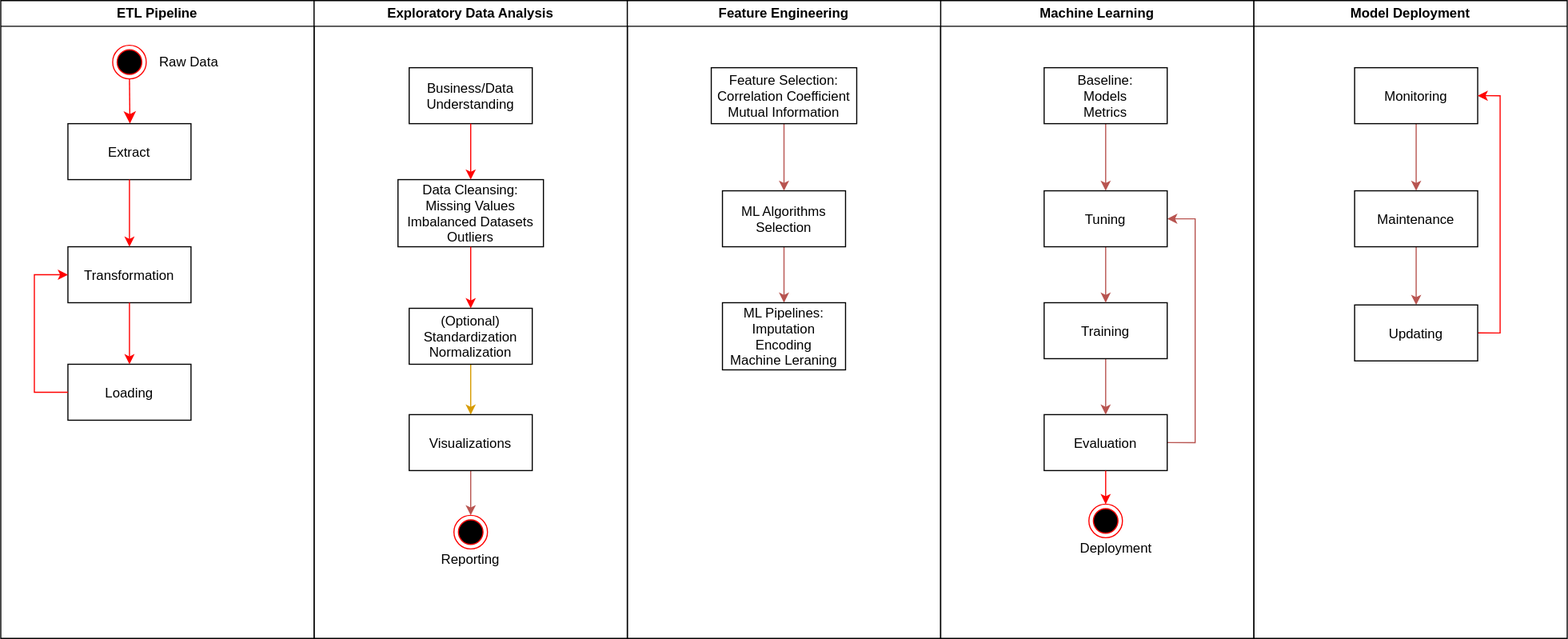
The draw.io diagram general_machine_learning.svg in ZacksAmber/Flowcharts, before a commit. Source tidied: cells renumbered, new cells last; positions are measured from the earlier drawing's top-left corner, leaving out a move shared by most shapes.
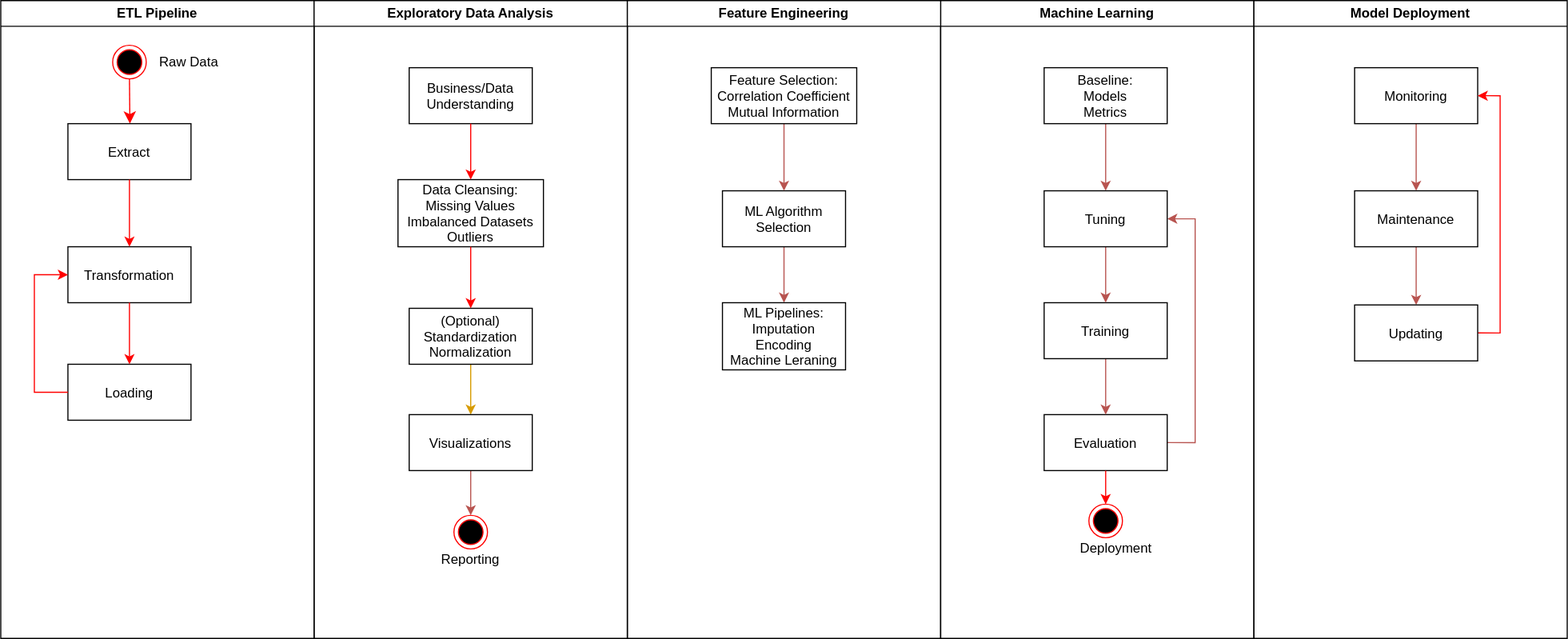
The same file after the commit.

The edit, as a diff of the source:
```diff
@@ -123,7 +123,7 @@
     <mxCell id="37" style="edgeStyle=orthogonalEdgeStyle;rounded=0;jettySize=auto;html=1;fillColor=#f8cecc;strokeColor=#b85450;" parent="36" edge="1" source="38" target="39">
       <mxGeometry relative="1" as="geometry" />
     </mxCell>
-    <mxCell id="38" value="ML Algorithms&#10;Selection" parent="36" vertex="1">
+    <mxCell id="38" value="ML Algorithm&#10;Selection" parent="36" vertex="1">
       <mxGeometry x="85" y="170" width="110" height="50" as="geometry" />
     </mxCell>
     <mxCell id="39" value="ML Pipelines:&#10;Imputation&#10;Encoding&#10;Machine Leraning" style="align=center;" parent="36" vertex="1">
```
